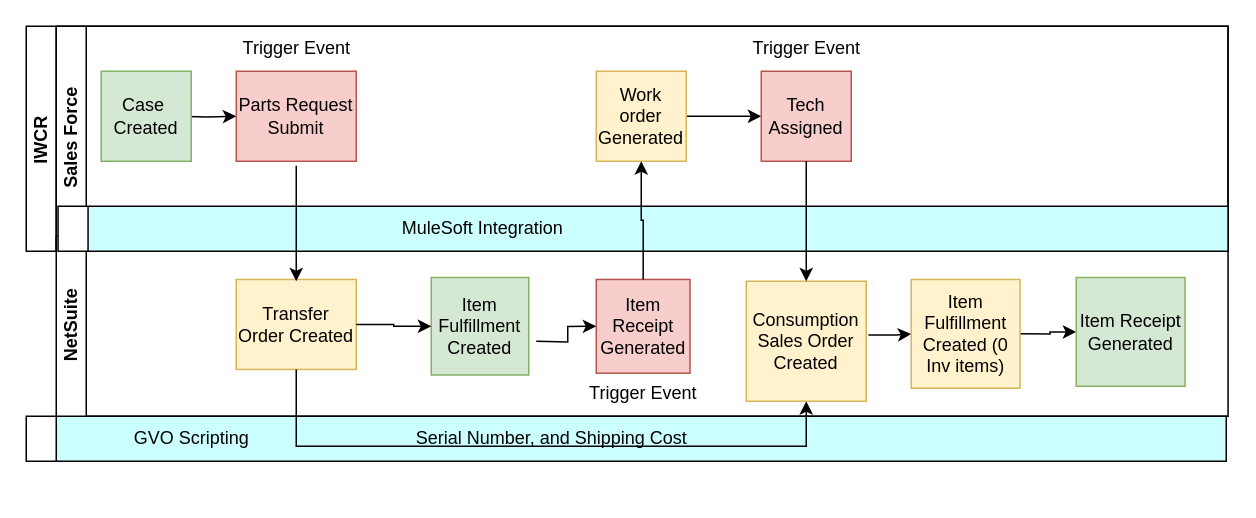
Above: Untitled Diagram.drawio in CWalrath/cwalrath.github.io (draw.io), before the change. Source tidied: cells renumbered, new cells numbered last; positions are measured from the earlier drawing's top-left corner, leaving out a move shared by most shapes. Both pictures are drawn from the tidied source at 150%, with x=0, y=0 at pixel (26, 26).
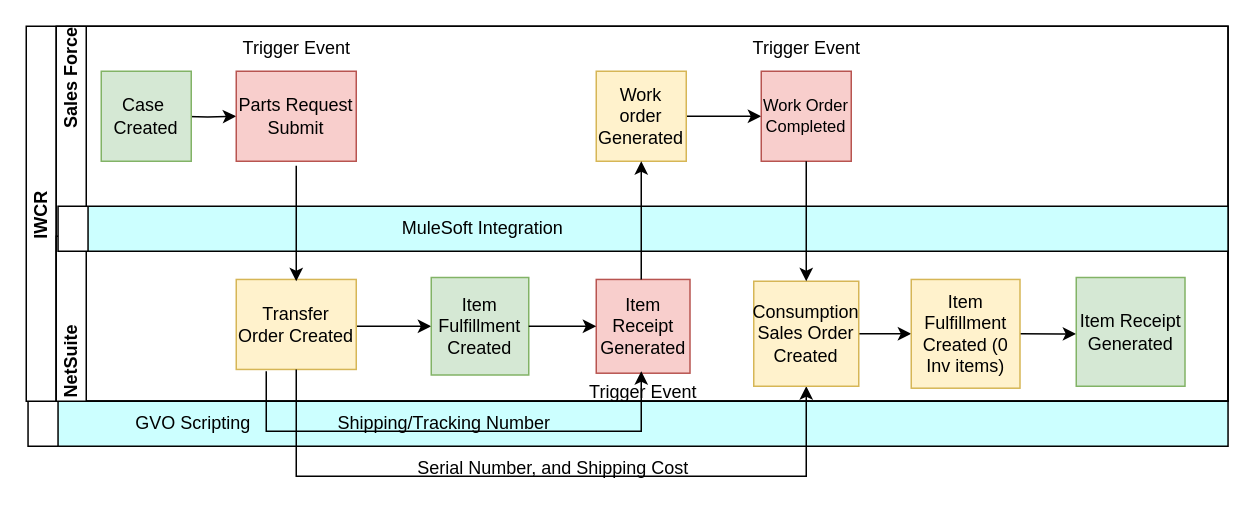
Above is the later version.

Unchanged cells that the change refers to:
```xml
<mxCell id="11" value="Work order Generated" style="rounded=0;whiteSpace=wrap;html=1;fontFamily=Helvetica;fontSize=12;align=center;fillColor=#fff2cc;strokeColor=#d6b656;" parent="6" vertex="1">
  <mxGeometry x="360" y="30" width="60" height="60" as="geometry" />
</mxCell>
<mxCell id="17" value="Transfer Order Created" style="rounded=0;whiteSpace=wrap;html=1;fontFamily=Helvetica;fontSize=12;align=center;fillColor=#fff2cc;strokeColor=#d6b656;" parent="16" vertex="1">
  <mxGeometry x="120" y="28.8" width="80" height="60" as="geometry" />
</mxCell>
<mxCell id="18" value="Item Fulfillment Created" style="whiteSpace=wrap;html=1;fillColor=#d5e8d4;strokeColor=#82b366;" parent="16" vertex="1">
  <mxGeometry x="250" y="27.5" width="65" height="65" as="geometry" />
</mxCell>
<mxCell id="26" value="Item Fulfillment Created (0 Inv items)" style="whiteSpace=wrap;html=1;fillColor=#fff2cc;strokeColor=#d6b656;" parent="16" vertex="1">
  <mxGeometry x="570" y="28.8" width="72.5" height="72.5" as="geometry" />
</mxCell>
<mxCell id="27" value="Item Receipt Generated" style="whiteSpace=wrap;html=1;fillColor=#d5e8d4;strokeColor=#82b366;" parent="16" vertex="1">
  <mxGeometry x="680" y="27.5" width="72.5" height="72.5" as="geometry" />
</mxCell>
```

Change to the diagram source:
```diff
@@
     <mxCell id="2" style="swimlane;html=1;startSize=20;horizontal=0;gradientColor=none;swimlaneFillColor=#CCFFFF;" parent="1" vertex="1">
-      <mxGeometry y="260" width="800" height="30" as="geometry" />
+      <mxGeometry x="1.2" y="250" width="800" height="30" as="geometry" />
     </mxCell>
@@
-    <mxCell id="4" value="Serial Number, and Shipping Cost" style="text;html=1;align=center;verticalAlign=middle;strokeColor=none;fillColor=none;" parent="2" vertex="1">
-      <mxGeometry x="250" width="200" height="30" as="geometry" />
-    </mxCell>
+    <mxCell id="34" value="Shipping/Tracking Number&amp;nbsp;" style="text;html=1;align=center;verticalAlign=middle;strokeColor=none;fillColor=none;" parent="2" vertex="1">
+      <mxGeometry x="193.8" width="170" height="30" as="geometry" />
+    </mxCell>
     <mxCell id="5" value="IWCR&amp;nbsp;" style="swimlane;html=1;horizontal=0;startSize=20;" parent="1" vertex="1">
-      <mxGeometry width="801.2" height="150" as="geometry" />
+      <mxGeometry width="801.2" height="250" as="geometry" />
     </mxCell>
-    <mxCell id="6" value="Sales Force" style="swimlane;html=1;startSize=20;horizontal=0;" parent="5" vertex="1">
-      <mxGeometry x="20" width="781.2" height="150" as="geometry" />
+    <mxCell id="6" value="Sales Force" style="swimlane;html=1;startSize=20;horizontal=0;align=right;" parent="5" vertex="1">
+      <mxGeometry x="20" width="781.2" height="250" as="geometry" />
     </mxCell>
@@
-    <mxCell id="13" value="Tech Assigned" style="whiteSpace=wrap;html=1;fillColor=#f8cecc;strokeColor=#b85450;" parent="6" vertex="1">
+    <mxCell id="13" value="&lt;div style=&quot;font-size: 11px;&quot;&gt;Work Order Completed&lt;/div&gt;" style="whiteSpace=wrap;html=1;fillColor=#f8cecc;strokeColor=#b85450;" parent="6" vertex="1">
       <mxGeometry x="470" y="30" width="60" height="60" as="geometry" />
     </mxCell>
@@
-    <mxCell id="16" value="NetSuite" style="swimlane;html=1;startSize=20;horizontal=0;" parent="6" vertex="1">
-      <mxGeometry y="140" width="781.2" height="120" as="geometry" />
+    <mxCell id="16" value="NetSuite" style="swimlane;html=1;startSize=20;horizontal=0;align=left;" parent="6" vertex="1">
+      <mxGeometry y="140" width="781.2" height="110" as="geometry" />
     </mxCell>
+    <mxCell id="19" style="edgeStyle=orthogonalEdgeStyle;rounded=0;jettySize=auto;html=1;" parent="16" edge="1" source="17" target="18">
+      <mxGeometry relative="1" as="geometry">
+        <Array as="points">
+          <mxPoint x="210" y="60" />
+          <mxPoint x="210" y="60" />
+        </Array>
+      </mxGeometry>
+    </mxCell>
@@
-    <mxCell id="19" style="edgeStyle=orthogonalEdgeStyle;rounded=0;jettySize=auto;html=1;endArrow=classic;endFill=1;exitX=1;exitY=0.5;exitDx=0;exitDy=0;entryX=0;entryY=0.5;entryDx=0;entryDy=0;" parent="16" edge="1" source="17" target="18">
-      <mxGeometry relative="1" as="geometry" />
-    </mxCell>
+    <mxCell id="21" value="Item Receipt Generated" style="whiteSpace=wrap;html=1;fillColor=#f8cecc;strokeColor=#b85450;" parent="16" vertex="1">
+      <mxGeometry x="360" y="28.8" width="62.5" height="62.5" as="geometry" />
+    </mxCell>
     <mxCell id="20" style="edgeStyle=orthogonalEdgeStyle;rounded=0;jettySize=auto;html=1;entryX=0.5;entryY=1;entryDx=0;entryDy=0;" parent="16" edge="1" source="17" target="23">
       <mxGeometry relative="1" as="geometry">
         <Array as="points">
-          <mxPoint x="160" y="140" />
-          <mxPoint x="500" y="140" />
+          <mxPoint x="160" y="160" />
+          <mxPoint x="500" y="160" />
         </Array>
       </mxGeometry>
     </mxCell>
-    <mxCell id="21" value="Item Receipt Generated" style="whiteSpace=wrap;html=1;fillColor=#f8cecc;strokeColor=#b85450;" parent="16" vertex="1">
-      <mxGeometry x="360" y="28.8" width="62.5" height="62.5" as="geometry" />
-    </mxCell>
-    <mxCell id="22" style="edgeStyle=orthogonalEdgeStyle;rounded=0;jettySize=auto;html=1;exitX=1.018;exitY=0.448;exitDx=0;exitDy=0;exitPerimeter=0;" parent="16" edge="1" source="23" target="26">
-      <mxGeometry relative="1" as="geometry" />
+    <mxCell id="22" style="edgeStyle=orthogonalEdgeStyle;rounded=0;jettySize=auto;html=1;entryX=0;entryY=0.5;entryDx=0;entryDy=0;" parent="16" edge="1" target="26">
+      <mxGeometry relative="1" as="geometry">
+        <mxPoint x="535" y="65" as="sourcePoint" />
+      </mxGeometry>
     </mxCell>
     <mxCell id="23" value="Consumption Sales Order&lt;div&gt;Created&lt;/div&gt;" style="whiteSpace=wrap;html=1;fillColor=#fff2cc;strokeColor=#d6b656;" parent="16" vertex="1">
-      <mxGeometry x="460" y="30" width="80" height="80" as="geometry" />
+      <mxGeometry x="465" y="30" width="70" height="70" as="geometry" />
     </mxCell>
     <mxCell id="24" value="Trigger Event" style="text;html=1;align=center;verticalAlign=middle;strokeColor=none;fillColor=none;" parent="16" vertex="1">
-      <mxGeometry x="341.2" y="90" width="100" height="30" as="geometry" />
+      <mxGeometry x="341.2" y="88.8" width="100" height="30" as="geometry" />
     </mxCell>
     <mxCell id="25" style="edgeStyle=orthogonalEdgeStyle;rounded=0;jettySize=auto;html=1;exitX=1;exitY=0.5;exitDx=0;exitDy=0;" parent="16" edge="1" source="26" target="27">
-      <mxGeometry relative="1" as="geometry" />
+      <mxGeometry relative="1" as="geometry">
+        <Array as="points">
+          <mxPoint x="670" y="65" />
+          <mxPoint x="670" y="65" />
+        </Array>
+      </mxGeometry>
     </mxCell>
@@
+    <mxCell id="32" style="edgeStyle=orthogonalEdgeStyle;rounded=0;jettySize=auto;html=1;endArrow=classic;endFill=1;entryX=0;entryY=0.5;entryDx=0;entryDy=0;exitX=1;exitY=0.5;exitDx=0;exitDy=0;" parent="16" edge="1" source="18" target="21">
+      <mxGeometry relative="1" as="geometry" />
+    </mxCell>
@@
     <mxCell id="31" style="edgeStyle=orthogonalEdgeStyle;rounded=0;jettySize=auto;html=1;" parent="6" edge="1" source="21" target="11">
-      <mxGeometry relative="1" as="geometry" />
+      <mxGeometry relative="1" as="geometry">
+        <Array as="points">
+          <mxPoint x="390" y="150" />
+          <mxPoint x="390" y="150" />
+        </Array>
+      </mxGeometry>
     </mxCell>
-    <mxCell id="32" style="edgeStyle=orthogonalEdgeStyle;rounded=0;jettySize=auto;html=1;endArrow=classic;endFill=1;entryX=0;entryY=0.5;entryDx=0;entryDy=0;" parent="5" edge="1" target="21">
-      <mxGeometry relative="1" as="geometry">
-        <mxPoint x="340" y="210" as="sourcePoint" />
-      </mxGeometry>
-    </mxCell>
@@
+    <mxCell id="4" value="Serial Number, and Shipping Cost" style="text;html=1;align=center;verticalAlign=middle;strokeColor=none;fillColor=none;" parent="1" vertex="1">
+      <mxGeometry x="251.2" y="280" width="200" height="30" as="geometry" />
+    </mxCell>
+    <mxCell id="35" style="edgeStyle=none;orthogonalLoop=1;jettySize=auto;html=1;rounded=0;" parent="1" edge="1">
+      <mxGeometry relative="1" as="geometry">
+        <mxPoint x="160" y="230" as="sourcePoint" />
+        <mxPoint x="410" y="230" as="targetPoint" />
+        <Array as="points">
+          <mxPoint x="160" y="270" />
+          <mxPoint x="410" y="270" />
+        </Array>
+      </mxGeometry>
+    </mxCell>
```
